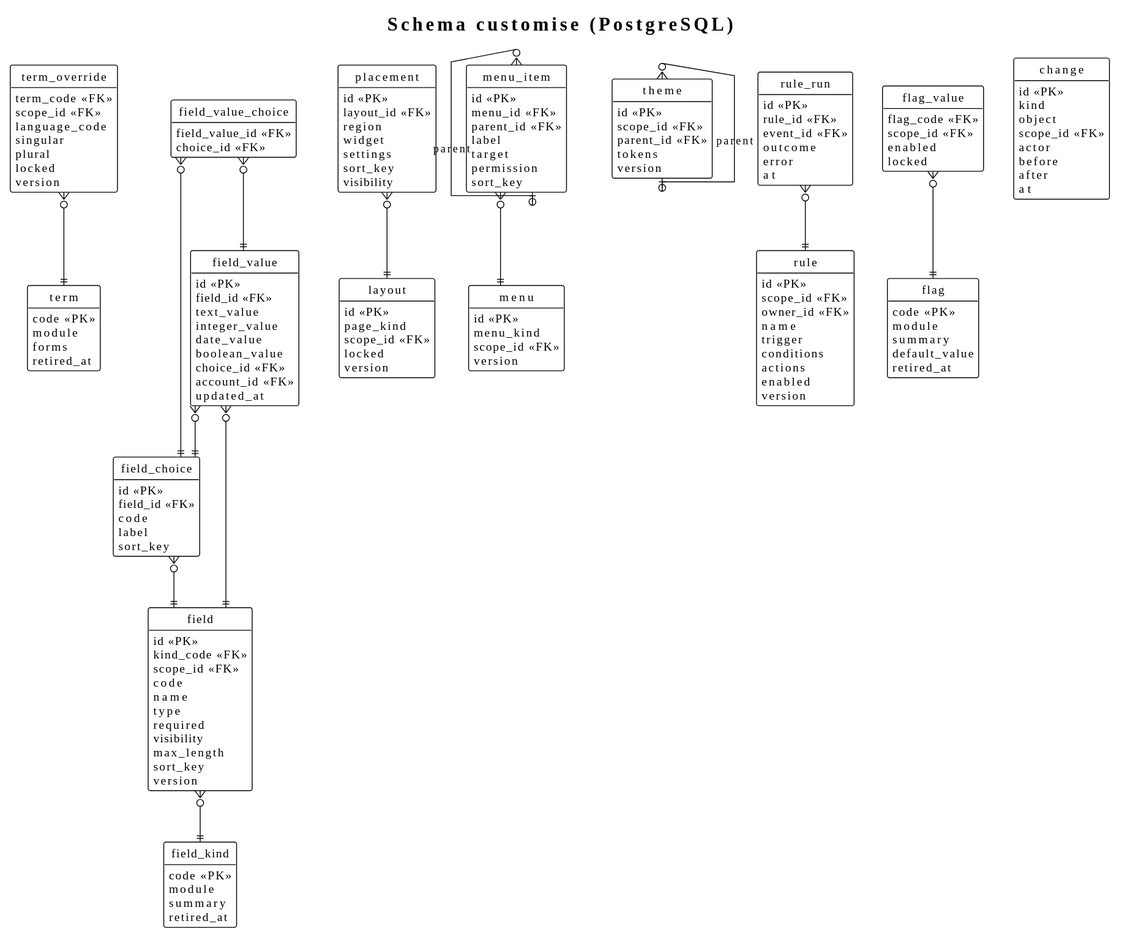
The PlantUML diagram docs/03-design/data-model/customise.svg in didactika/kampus, before a commit.
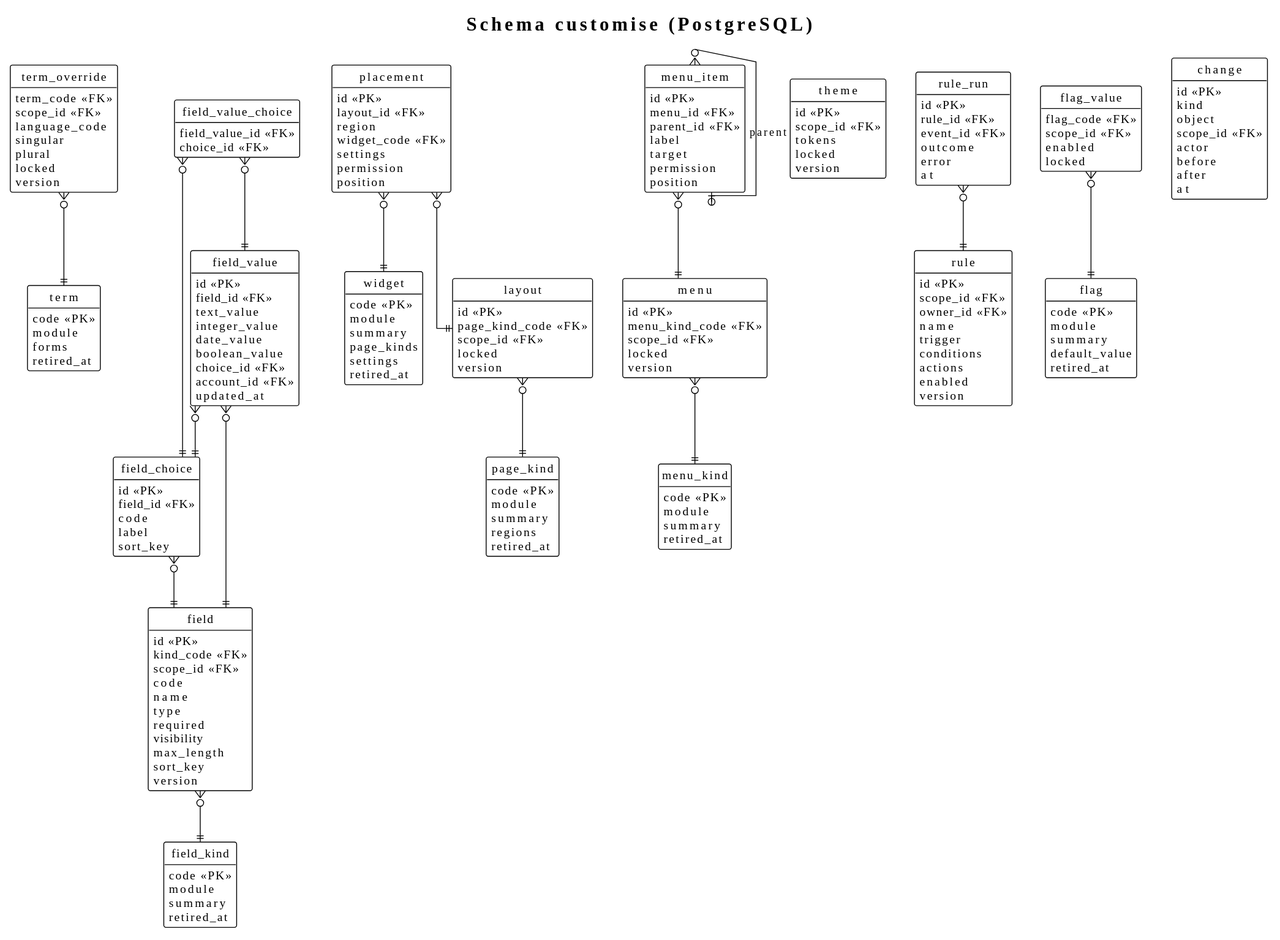
The same file after the commit.

What changed in the source:
```diff
@@ -61,9 +61,30 @@
   field_value_id <<FK>>
   choice_id <<FK>>
 }
+entity page_kind {
+  code <<PK>>
+  module
+  summary
+  regions
+  retired_at
+}
+entity widget {
+  code <<PK>>
+  module
+  summary
+  page_kinds
+  settings
+  retired_at
+}
+entity menu_kind {
+  code <<PK>>
+  module
+  summary
+  retired_at
+}
 entity layout {
   id <<PK>>
-  page_kind
+  page_kind_code <<FK>>
   scope_id <<FK>>
   locked
   version
@@ -72,15 +93,16 @@
   id <<PK>>
   layout_id <<FK>>
   region
-  widget
+  widget_code <<FK>>
   settings
-  sort_key
-  visibility
+  permission
+  position
 }
 entity menu {
   id <<PK>>
-  menu_kind
+  menu_kind_code <<FK>>
   scope_id <<FK>>
+  locked
   version
 }
 entity menu_item {
@@ -90,13 +112,13 @@
   label
   target
   permission
-  sort_key
+  position
 }
 entity theme {
   id <<PK>>
   scope_id <<FK>>
-  parent_id <<FK>>
   tokens
+  locked
   version
 }
 entity rule {
@@ -151,8 +173,10 @@
 field_value_choice }o--|| field_value
 field_value_choice }o--|| field_choice
 placement }o--|| layout
+placement }o--|| widget
+layout }o--|| page_kind
+menu }o--|| menu_kind
 menu_item }o--|| menu
 menu_item }o--o| menu_item : parent
-theme }o--o| theme : parent
 rule_run }o--|| rule
 @enduml
```
